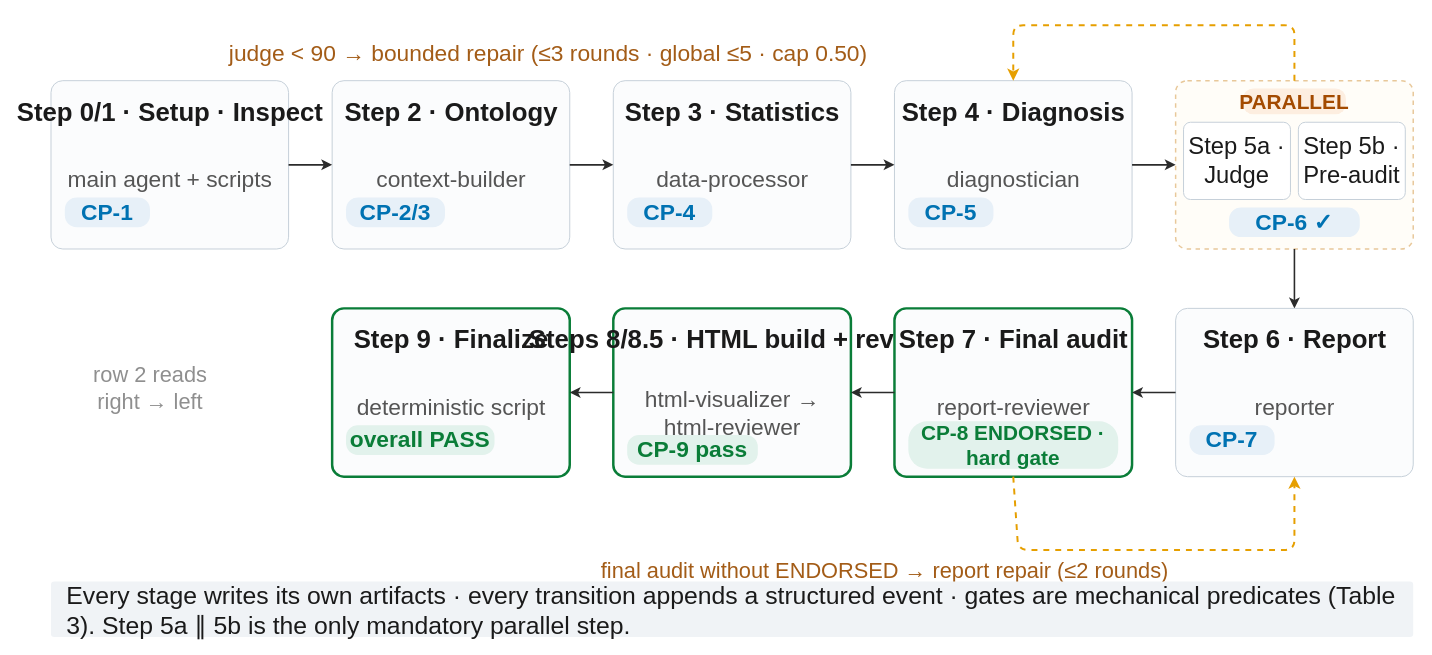
Before: paper/figures-html/fig_pipeline.drawio in kingdol666/industrial-deep-diagnostic, a draw.io diagram. Source tidied: cells renumbered, new cells numbered last; positions are measured from the earlier drawing's top-left corner, leaving out a move shared by most shapes. Both pictures are drawn from the tidied source at 99%, with x=0, y=0 at pixel (50, 25).
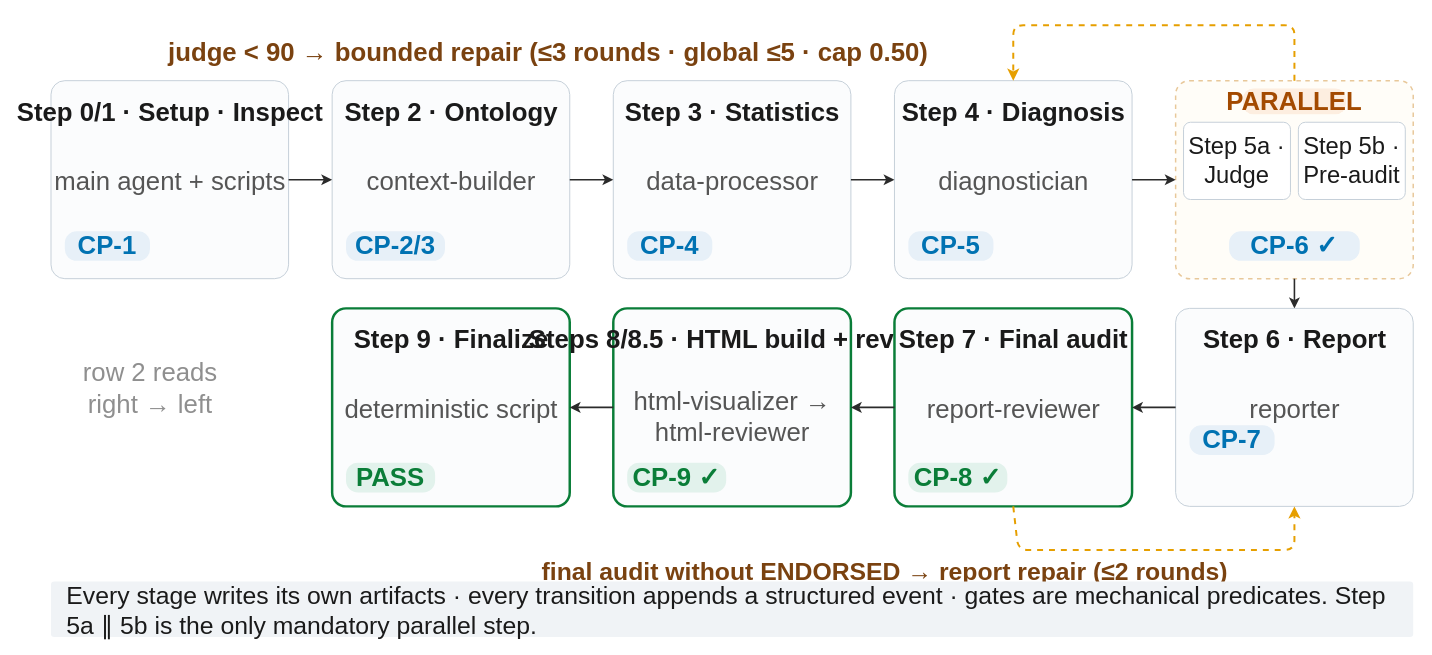
Above is the later version.

The edit, as a diff of the source:
```diff
@@
     <mxCell id="2" style="rounded=1;arcSize=7;whiteSpace=wrap;html=1;fillColor=#FBFCFD;strokeColor=#C6D0D9;" parent="1" vertex="1">
-      <mxGeometry y="56" width="240" height="170" as="geometry" />
+      <mxGeometry y="56" width="240" height="200" as="geometry" />
     </mxCell>
@@
-    <mxCell id="4" value="main agent + scripts" style="text;html=1;align=center;verticalAlign=top;fontSize=23;fontColor=#555555;" parent="1" vertex="1">
+    <mxCell id="4" value="main agent + scripts" style="text;html=1;align=center;verticalAlign=top;fontSize=26;fontColor=#555555;" parent="1" vertex="1">
       <mxGeometry y="136" width="240" height="30" as="geometry" />
     </mxCell>
-    <mxCell id="5" value="CP-1" style="rounded=1;arcSize=40;whiteSpace=wrap;html=1;fillColor=#E7F0F8;strokeColor=none;fontSize=23;fontStyle=1;fontColor=#0072B2;" parent="1" vertex="1">
-      <mxGeometry x="14" y="174" width="86" height="30" as="geometry" />
+    <mxCell id="5" value="CP-1" style="rounded=1;arcSize=40;whiteSpace=wrap;html=1;fillColor=#E7F0F8;strokeColor=none;fontSize=26;fontStyle=1;fontColor=#0072B2;" parent="1" vertex="1">
+      <mxGeometry x="14" y="208" width="86" height="30" as="geometry" />
     </mxCell>
     <mxCell id="6" style="rounded=1;arcSize=7;whiteSpace=wrap;html=1;fillColor=#FBFCFD;strokeColor=#C6D0D9;" parent="1" vertex="1">
-      <mxGeometry x="284" y="56" width="240" height="170" as="geometry" />
+      <mxGeometry x="284" y="56" width="240" height="200" as="geometry" />
     </mxCell>
@@
-    <mxCell id="8" value="context-builder" style="text;html=1;align=center;verticalAlign=top;fontSize=23;fontColor=#555555;" parent="1" vertex="1">
+    <mxCell id="8" value="context-builder" style="text;html=1;align=center;verticalAlign=top;fontSize=26;fontColor=#555555;" parent="1" vertex="1">
       <mxGeometry x="284" y="136" width="240" height="30" as="geometry" />
     </mxCell>
-    <mxCell id="9" value="CP-2/3" style="rounded=1;arcSize=40;whiteSpace=wrap;html=1;fillColor=#E7F0F8;strokeColor=none;fontSize=23;fontStyle=1;fontColor=#0072B2;" parent="1" vertex="1">
-      <mxGeometry x="298" y="174" width="100" height="30" as="geometry" />
+    <mxCell id="9" value="CP-2/3" style="rounded=1;arcSize=40;whiteSpace=wrap;html=1;fillColor=#E7F0F8;strokeColor=none;fontSize=26;fontStyle=1;fontColor=#0072B2;" parent="1" vertex="1">
+      <mxGeometry x="298" y="208" width="100" height="30" as="geometry" />
     </mxCell>
     <mxCell id="10" style="rounded=1;arcSize=7;whiteSpace=wrap;html=1;fillColor=#FBFCFD;strokeColor=#C6D0D9;" parent="1" vertex="1">
-      <mxGeometry x="568" y="56" width="240" height="170" as="geometry" />
+      <mxGeometry x="568" y="56" width="240" height="200" as="geometry" />
     </mxCell>
@@
-    <mxCell id="12" value="data-processor" style="text;html=1;align=center;verticalAlign=top;fontSize=23;fontColor=#555555;" parent="1" vertex="1">
+    <mxCell id="12" value="data-processor" style="text;html=1;align=center;verticalAlign=top;fontSize=26;fontColor=#555555;" parent="1" vertex="1">
       <mxGeometry x="568" y="136" width="240" height="30" as="geometry" />
     </mxCell>
-    <mxCell id="13" value="CP-4" style="rounded=1;arcSize=40;whiteSpace=wrap;html=1;fillColor=#E7F0F8;strokeColor=none;fontSize=23;fontStyle=1;fontColor=#0072B2;" parent="1" vertex="1">
-      <mxGeometry x="582" y="174" width="86" height="30" as="geometry" />
+    <mxCell id="13" value="CP-4" style="rounded=1;arcSize=40;whiteSpace=wrap;html=1;fillColor=#E7F0F8;strokeColor=none;fontSize=26;fontStyle=1;fontColor=#0072B2;" parent="1" vertex="1">
+      <mxGeometry x="582" y="208" width="86" height="30" as="geometry" />
     </mxCell>
     <mxCell id="14" style="rounded=1;arcSize=7;whiteSpace=wrap;html=1;fillColor=#FBFCFD;strokeColor=#C6D0D9;" parent="1" vertex="1">
-      <mxGeometry x="852" y="56" width="240" height="170" as="geometry" />
+      <mxGeometry x="852" y="56" width="240" height="200" as="geometry" />
     </mxCell>
@@
-    <mxCell id="16" value="diagnostician" style="text;html=1;align=center;verticalAlign=top;fontSize=23;fontColor=#555555;" parent="1" vertex="1">
+    <mxCell id="16" value="diagnostician" style="text;html=1;align=center;verticalAlign=top;fontSize=26;fontColor=#555555;" parent="1" vertex="1">
       <mxGeometry x="852" y="136" width="240" height="30" as="geometry" />
     </mxCell>
-    <mxCell id="17" value="CP-5" style="rounded=1;arcSize=40;whiteSpace=wrap;html=1;fillColor=#E7F0F8;strokeColor=none;fontSize=23;fontStyle=1;fontColor=#0072B2;" parent="1" vertex="1">
-      <mxGeometry x="866" y="174" width="86" height="30" as="geometry" />
+    <mxCell id="17" value="CP-5" style="rounded=1;arcSize=40;whiteSpace=wrap;html=1;fillColor=#E7F0F8;strokeColor=none;fontSize=26;fontStyle=1;fontColor=#0072B2;" parent="1" vertex="1">
+      <mxGeometry x="866" y="208" width="86" height="30" as="geometry" />
     </mxCell>
     <mxCell id="18" style="rounded=1;arcSize=7;whiteSpace=wrap;html=1;fillColor=#FFFDF8;strokeColor=#E8C89A;dashed=1;strokeWidth=1.5;" parent="1" vertex="1">
-      <mxGeometry x="1136" y="56" width="240" height="170" as="geometry" />
+      <mxGeometry x="1136" y="56" width="240" height="200" as="geometry" />
     </mxCell>
-    <mxCell id="19" value="PARALLEL" style="rounded=1;arcSize=40;whiteSpace=wrap;html=1;fillColor=#FDEEE0;strokeColor=none;fontSize=21;fontStyle=1;fontColor=#A34A00;" parent="1" vertex="1">
+    <mxCell id="19" value="PARALLEL" style="rounded=1;arcSize=40;whiteSpace=wrap;html=1;fillColor=#FDEEE0;strokeColor=none;fontSize=26;fontStyle=1;fontColor=#A34A00;" parent="1" vertex="1">
       <mxGeometry x="1204" y="64" width="104" height="26" as="geometry" />
     </mxCell>
@@
-    <mxCell id="22" value="CP-6 ✓" style="rounded=1;arcSize=40;whiteSpace=wrap;html=1;fillColor=#E7F0F8;strokeColor=none;fontSize=23;fontStyle=1;fontColor=#0072B2;" parent="1" vertex="1">
-      <mxGeometry x="1190" y="184" width="132" height="30" as="geometry" />
+    <mxCell id="22" value="CP-6 ✓" style="rounded=1;arcSize=40;whiteSpace=wrap;html=1;fillColor=#E7F0F8;strokeColor=none;fontSize=26;fontStyle=1;fontColor=#0072B2;" parent="1" vertex="1">
+      <mxGeometry x="1190" y="208" width="132" height="30" as="geometry" />
     </mxCell>
@@
     <mxCell id="28" style="rounded=1;arcSize=7;whiteSpace=wrap;html=1;fillColor=#FBFCFD;strokeColor=#0A7D38;strokeWidth=2.5;" parent="1" vertex="1">
-      <mxGeometry x="284" y="286" width="240" height="170" as="geometry" />
+      <mxGeometry x="284" y="286" width="240" height="200" as="geometry" />
     </mxCell>
@@
-    <mxCell id="30" value="deterministic script" style="text;html=1;align=center;verticalAlign=top;fontSize=23;fontColor=#555555;" parent="1" vertex="1">
+    <mxCell id="30" value="deterministic script" style="text;html=1;align=center;verticalAlign=top;fontSize=26;fontColor=#555555;" parent="1" vertex="1">
       <mxGeometry x="284" y="366" width="240" height="30" as="geometry" />
     </mxCell>
-    <mxCell id="31" value="overall PASS" style="rounded=1;arcSize=40;whiteSpace=wrap;html=1;fillColor=#E2F2EC;strokeColor=none;fontSize=23;fontStyle=1;fontColor=#0A7D38;" parent="1" vertex="1">
-      <mxGeometry x="298" y="404" width="150" height="30" as="geometry" />
+    <mxCell id="31" value="PASS" style="rounded=1;arcSize=40;whiteSpace=wrap;html=1;fillColor=#E2F2EC;strokeColor=none;fontSize=26;fontStyle=1;fontColor=#0A7D38;" parent="1" vertex="1">
+      <mxGeometry x="298" y="442" width="90" height="30" as="geometry" />
     </mxCell>
     <mxCell id="32" style="rounded=1;arcSize=7;whiteSpace=wrap;html=1;fillColor=#FBFCFD;strokeColor=#0A7D38;strokeWidth=2.5;" parent="1" vertex="1">
-      <mxGeometry x="568" y="286" width="240" height="170" as="geometry" />
+      <mxGeometry x="568" y="286" width="240" height="200" as="geometry" />
     </mxCell>
@@
-    <mxCell id="34" value="html-visualizer →&#10;html-reviewer" style="text;html=1;align=center;verticalAlign=top;fontSize=23;fontColor=#555555;" parent="1" vertex="1">
+    <mxCell id="34" value="html-visualizer →&#10;html-reviewer" style="text;html=1;align=center;verticalAlign=top;fontSize=26;fontColor=#555555;" parent="1" vertex="1">
       <mxGeometry x="568" y="358" width="240" height="58" as="geometry" />
     </mxCell>
-    <mxCell id="35" value="CP-9 pass" style="rounded=1;arcSize=40;whiteSpace=wrap;html=1;fillColor=#E2F2EC;strokeColor=none;fontSize=23;fontStyle=1;fontColor=#0A7D38;" parent="1" vertex="1">
-      <mxGeometry x="582" y="414" width="132" height="30" as="geometry" />
+    <mxCell id="35" value="CP-9 ✓" style="rounded=1;arcSize=40;whiteSpace=wrap;html=1;fillColor=#E2F2EC;strokeColor=none;fontSize=26;fontStyle=1;fontColor=#0A7D38;" parent="1" vertex="1">
+      <mxGeometry x="582" y="442" width="100" height="30" as="geometry" />
     </mxCell>
     <mxCell id="36" style="rounded=1;arcSize=7;whiteSpace=wrap;html=1;fillColor=#FBFCFD;strokeColor=#0A7D38;strokeWidth=2.5;" parent="1" vertex="1">
-      <mxGeometry x="852" y="286" width="240" height="170" as="geometry" />
+      <mxGeometry x="852" y="286" width="240" height="200" as="geometry" />
     </mxCell>
@@
-    <mxCell id="38" value="report-reviewer" style="text;html=1;align=center;verticalAlign=top;fontSize=23;fontColor=#555555;" parent="1" vertex="1">
+    <mxCell id="38" value="report-reviewer" style="text;html=1;align=center;verticalAlign=top;fontSize=26;fontColor=#555555;" parent="1" vertex="1">
       <mxGeometry x="852" y="366" width="240" height="30" as="geometry" />
     </mxCell>
-    <mxCell id="39" value="CP-8 ENDORSED · hard gate" style="rounded=1;arcSize=40;whiteSpace=wrap;html=1;fillColor=#E2F2EC;strokeColor=none;fontSize=21;fontStyle=1;fontColor=#0A7D38;" parent="1" vertex="1">
-      <mxGeometry x="866" y="400" width="212" height="48" as="geometry" />
+    <mxCell id="39" value="CP-8 ✓" style="rounded=1;arcSize=40;whiteSpace=wrap;html=1;fillColor=#E2F2EC;strokeColor=none;fontSize=26;fontStyle=1;fontColor=#0A7D38;" parent="1" vertex="1">
+      <mxGeometry x="866" y="442" width="100" height="30" as="geometry" />
     </mxCell>
     <mxCell id="40" style="rounded=1;arcSize=7;whiteSpace=wrap;html=1;fillColor=#FBFCFD;strokeColor=#C6D0D9;" parent="1" vertex="1">
-      <mxGeometry x="1136" y="286" width="240" height="170" as="geometry" />
+      <mxGeometry x="1136" y="286" width="240" height="200" as="geometry" />
     </mxCell>
@@
-    <mxCell id="42" value="reporter" style="text;html=1;align=center;verticalAlign=top;fontSize=23;fontColor=#555555;" parent="1" vertex="1">
+    <mxCell id="42" value="reporter" style="text;html=1;align=center;verticalAlign=top;fontSize=26;fontColor=#555555;" parent="1" vertex="1">
       <mxGeometry x="1136" y="366" width="240" height="30" as="geometry" />
     </mxCell>
-    <mxCell id="43" value="CP-7" style="rounded=1;arcSize=40;whiteSpace=wrap;html=1;fillColor=#E7F0F8;strokeColor=none;fontSize=23;fontStyle=1;fontColor=#0072B2;" parent="1" vertex="1">
+    <mxCell id="43" value="CP-7" style="rounded=1;arcSize=40;whiteSpace=wrap;html=1;fillColor=#E7F0F8;strokeColor=none;fontSize=26;fontStyle=1;fontColor=#0072B2;" parent="1" vertex="1">
       <mxGeometry x="1150" y="404" width="86" height="30" as="geometry" />
     </mxCell>
@@
-    <mxCell id="48" value="judge &lt; 90 → bounded repair (≤3 rounds · global ≤5 · cap 0.50)" style="text;html=1;align=center;verticalAlign=middle;fontSize=23;fontColor=#A35C17;" parent="1" vertex="1">
-      <mxGeometry x="72" y="14" width="860" height="30" as="geometry" />
+    <mxCell id="48" value="judge &lt; 90 → bounded repair (≤3 rounds · global ≤5 · cap 0.50)" style="text;html=1;align=center;verticalAlign=middle;fontSize=26;fontStyle=1;fontColor=#7A4210;" parent="1" vertex="1">
+      <mxGeometry x="72" y="12" width="860" height="32" as="geometry" />
     </mxCell>
@@
-    <mxCell id="50" value="final audit without ENDORSED → report repair (≤2 rounds)" style="text;html=1;align=center;verticalAlign=middle;fontSize=22;fontColor=#A35C17;" parent="1" vertex="1">
-      <mxGeometry x="492" y="538" width="700" height="28" as="geometry" />
+    <mxCell id="50" value="final audit without ENDORSED → report repair (≤2 rounds)" style="text;html=1;align=center;verticalAlign=middle;fontSize=25;fontStyle=1;fontColor=#7A4210;" parent="1" vertex="1">
+      <mxGeometry x="492" y="536" width="700" height="30" as="geometry" />
     </mxCell>
-    <mxCell id="51" value="row 2 reads&#10;right → left" style="text;html=1;align=center;verticalAlign=middle;fontSize=22;fontColor=#8F8F8F;" parent="1" vertex="1">
+    <mxCell id="51" value="row 2 reads&#10;right → left" style="text;html=1;align=center;verticalAlign=middle;fontSize=26;fontColor=#8F8F8F;" parent="1" vertex="1">
       <mxGeometry y="332" width="200" height="70" as="geometry" />
     </mxCell>
-    <mxCell id="52" value="Every stage writes its own artifacts · every transition appends a structured event · gates are mechanical predicates (Table 3). Step 5a ∥ 5b is the only mandatory parallel step." style="rounded=1;arcSize=6;whiteSpace=wrap;html=1;fillColor=#F0F3F6;strokeColor=none;align=left;verticalAlign=middle;spacingLeft=14;spacingRight=10;fontSize=25;fontColor=#1a1a1a;" parent="1" vertex="1">
+    <mxCell id="52" value="Every stage writes its own artifacts · every transition appends a structured event · gates are mechanical predicates. Step 5a ∥ 5b is the only mandatory parallel step." style="rounded=1;arcSize=6;whiteSpace=wrap;html=1;fillColor=#F0F3F6;strokeColor=none;align=left;verticalAlign=middle;spacingLeft=14;spacingRight=10;fontSize=25;fontColor=#1a1a1a;" parent="1" vertex="1">
       <mxGeometry y="562" width="1376" height="56" as="geometry" />
     </mxCell>
```
